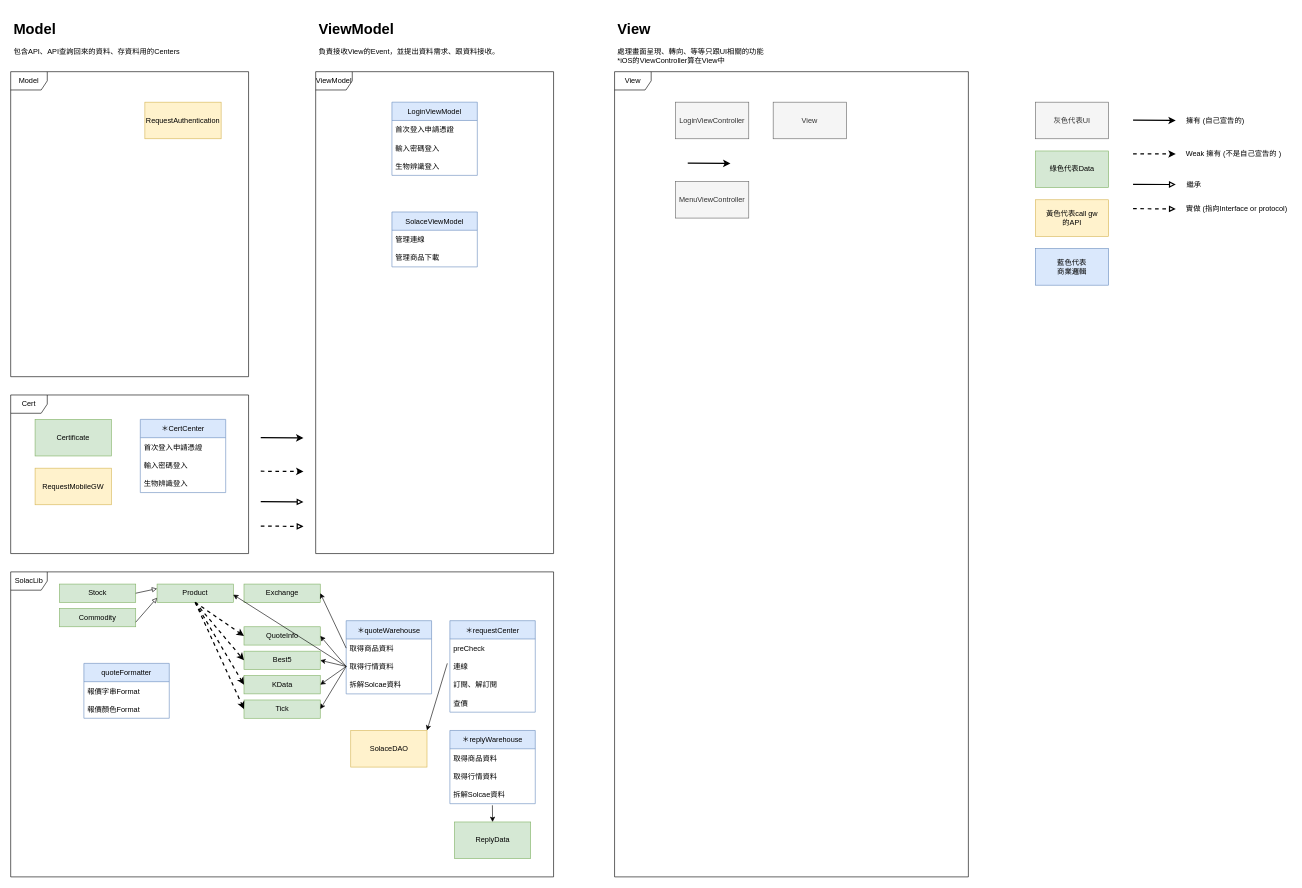
Before: 行動贏家架構圖.drawio in CapitalMobile/swift_giselle_practice, a draw.io diagram. Source tidied: cells renumbered, new cells numbered last; positions are measured from the earlier drawing's top-left corner, leaving out a move shared by most shapes. Both pictures are drawn from the tidied source at 61%, with x=0, y=0 at pixel (10, 16).
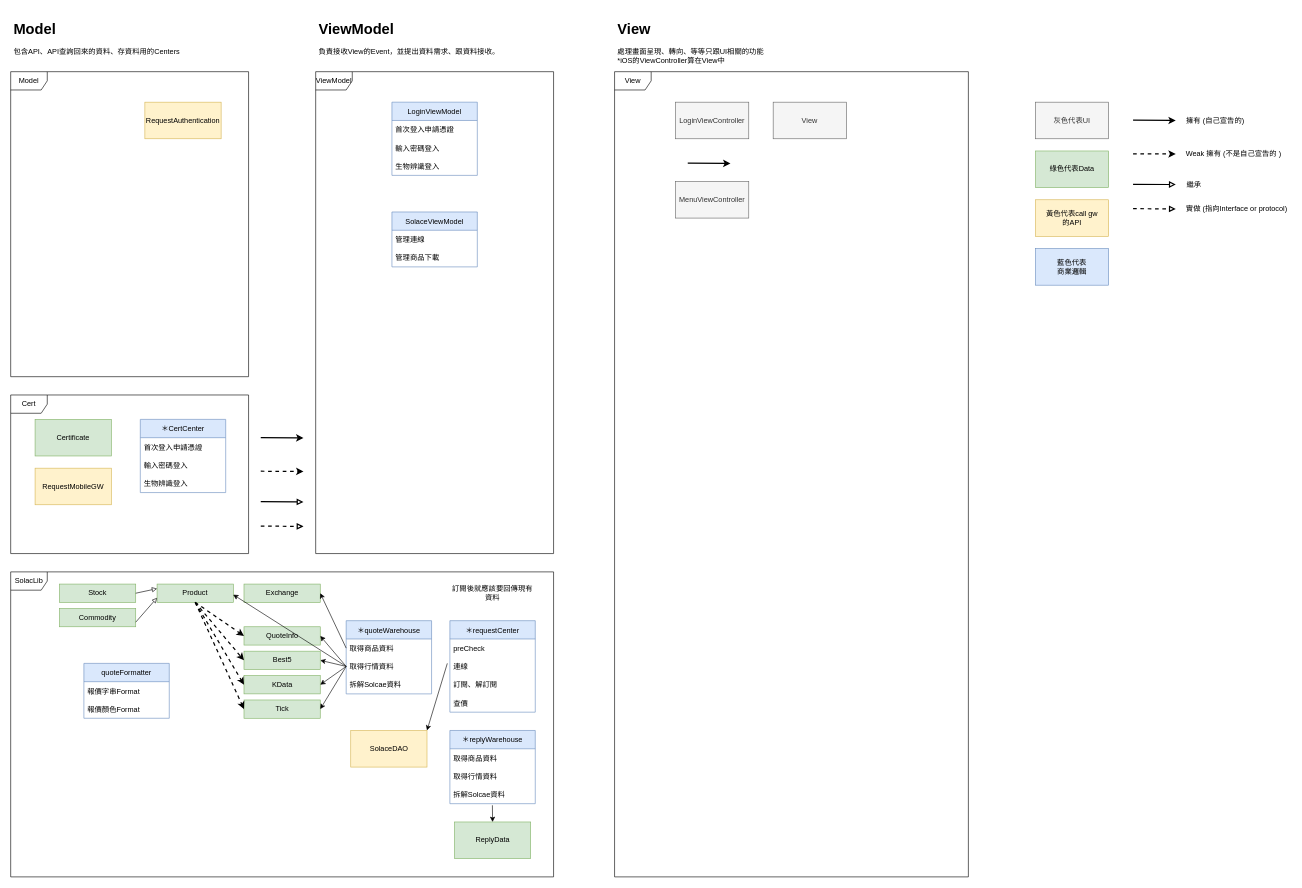
The same diagram, later.

The edit, as a diff of the source:
```diff
@@
+    <mxCell id="84" value="訂閱後就應該要回傳現有資料" style="text;html=1;strokeColor=none;fillColor=none;align=center;verticalAlign=middle;whiteSpace=wrap;rounded=0;" parent="1" vertex="1">
+      <mxGeometry x="720" y="930" width="140" height="30" as="geometry" />
+    </mxCell>
```
